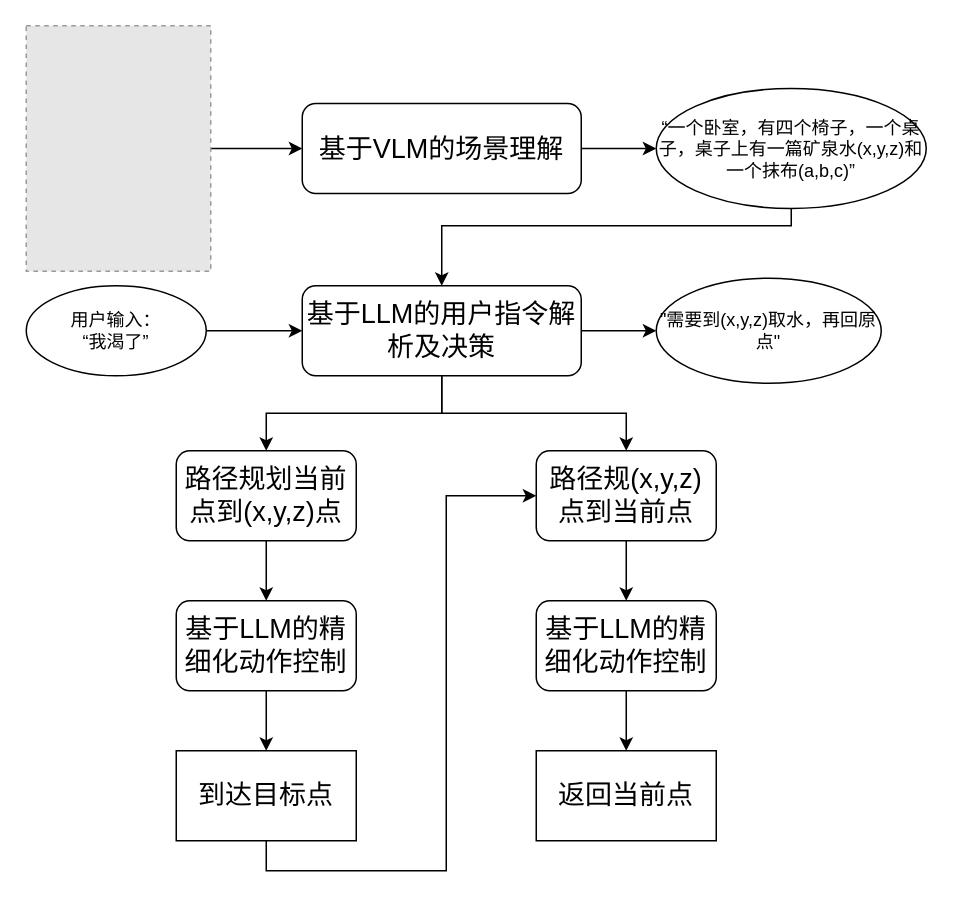
supersyz/mcp_test1 keeps this draw.io diagram as 未命名绘图.drawio. Above is the earlier version. Source tidied: cells renumbered, new cells numbered last; positions are measured from the earlier drawing's top-left corner, leaving out a move shared by most shapes. Both pictures are drawn from the tidied source at 150%, with x=0, y=0 at pixel (26, 26). Pictures stored in the file or linked from it are replaced by grey dashed boxes.
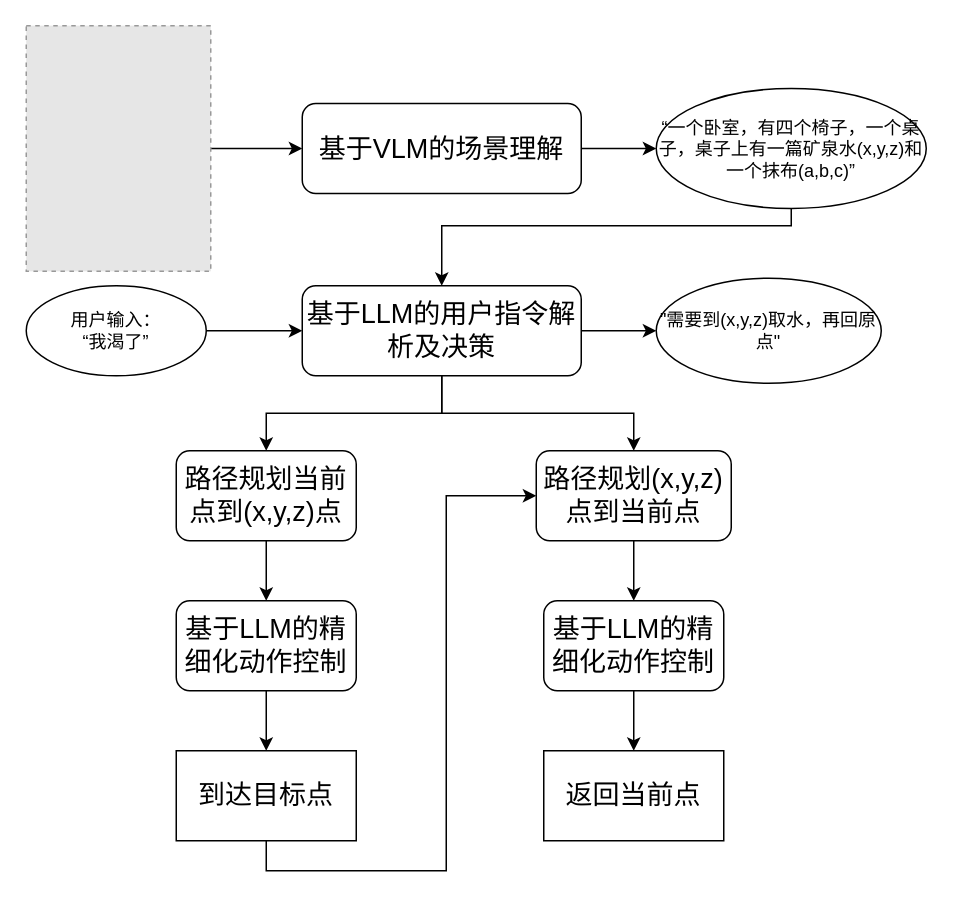
Above is the later version.

Commit message:
更新未命名绘图.drawio

Change to the diagram source:
```diff
@@
-    <mxCell id="17" value="&lt;font style=&quot;font-size: 18px;&quot;&gt;路径规(x,y,z)点到当前点&lt;/font&gt;" style="rounded=1;whiteSpace=wrap;html=1;" parent="1" vertex="1">
-      <mxGeometry x="340" y="283" width="120" height="60" as="geometry" />
+    <mxCell id="17" value="&lt;font style=&quot;font-size: 18px;&quot;&gt;路径规划(x,y,z)点到当前点&lt;/font&gt;" style="rounded=1;whiteSpace=wrap;html=1;" parent="1" vertex="1">
+      <mxGeometry x="340" y="283" width="130" height="60" as="geometry" />
     </mxCell>
@@
     <mxCell id="24" value="&lt;font style=&quot;font-size: 18px;&quot;&gt;基于LLM的精细化动作控制&lt;/font&gt;" style="rounded=1;whiteSpace=wrap;html=1;" parent="1" vertex="1">
-      <mxGeometry x="340" y="383" width="120" height="60" as="geometry" />
+      <mxGeometry x="345" y="383" width="120" height="60" as="geometry" />
     </mxCell>
     <mxCell id="25" value="&lt;font style=&quot;font-size: 18px;&quot;&gt;返回当前点&lt;/font&gt;" style="rounded=0;whiteSpace=wrap;html=1;" parent="1" vertex="1">
-      <mxGeometry x="340" y="483" width="120" height="60" as="geometry" />
+      <mxGeometry x="345" y="483" width="120" height="60" as="geometry" />
     </mxCell>
```
